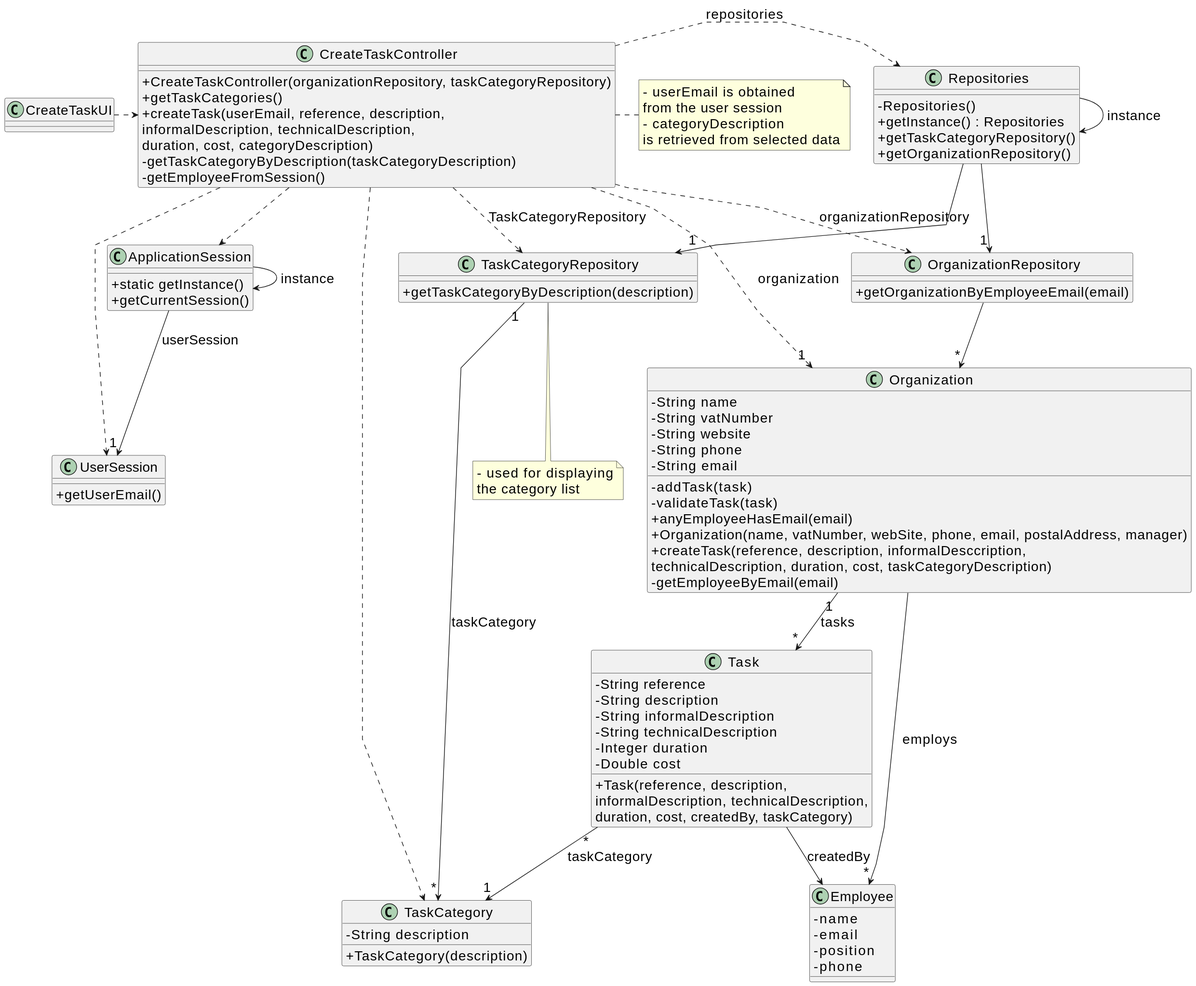
Before: docs/sprintA&B/us006/03.design/svg/us006-class-diagram.svg, a diagram exported from PlantUML (daniel41silva05/ISEP_2023_2024_LAPR2). Its diagram source:
```plantuml
@startuml
skinparamlocked defaultFontSize 20
skinparam packageStyle rectangle
skinparam shadowing false
skinparam linetype polyline

skinparam classAttributeIconSize 0


class ApplicationSession
{
    + static getInstance()
    + getCurrentSession()
}

class UserSession
{
    + getUserEmail()
}

class Employee {
    - name
    - email
    - position
    - phone
}

class Task {
    - String reference
    - String description
    - String informalDescription
    - String technicalDescription
    - Integer duration
    - Double cost

    + Task(reference, description,\ninformalDescription, technicalDescription,\nduration, cost, createdBy, taskCategory)
}

class TaskCategory {
    - String description

    + TaskCategory(description)
}

class Organization {
    - String name
    - String vatNumber
    - String website
    - String phone
    - String email

    - addTask(task)
    - validateTask(task)
    + anyEmployeeHasEmail(email)
    + Organization(name, vatNumber, webSite, phone, email, postalAddress, manager)
    + createTask(reference, description, informalDesccription,\ntechnicalDescription, duration, cost, taskCategoryDescription)
    - getEmployeeByEmail(email)

}

class TaskCategoryRepository {
    + getTaskCategoryByDescription(description)
}

class OrganizationRepository {
    + getOrganizationByEmployeeEmail(email)
}

class Repositories {
    - Repositories()
    + getInstance() : Repositories
    + getTaskCategoryRepository()
    + getOrganizationRepository()
}

class CreateTaskController {
    + CreateTaskController(organizationRepository, taskCategoryRepository)
    + getTaskCategories()
    + createTask(userEmail, reference, description,\ninformalDescription, technicalDescription,\nduration, cost, categoryDescription)
    - getTaskCategoryByDescription(taskCategoryDescription)
    - getEmployeeFromSession()
}

note right of CreateTaskController
    - userEmail is obtained
    from the user session
    - categoryDescription
    is retrieved from selected data
end note

note bottom of TaskCategoryRepository
    - used for displaying
    the category list
end note

class CreateTaskUI {
}

Repositories -> Repositories : instance
ApplicationSession -> ApplicationSession : instance

CreateTaskUI .> CreateTaskController

CreateTaskController .> Repositories : repositories

Repositories -> "1" TaskCategoryRepository

CreateTaskController ..> TaskCategory
CreateTaskController ..> OrganizationRepository : organizationRepository
CreateTaskController ..> TaskCategoryRepository : TaskCategoryRepository

Repositories --> "1" OrganizationRepository

OrganizationRepository --> "*" Organization
ApplicationSession --> "1" UserSession : userSession

CreateTaskController ..> "1" Organization : organization
CreateTaskController ..> ApplicationSession
CreateTaskController ..> UserSession
Task "*" --> "1" TaskCategory : taskCategory
TaskCategoryRepository "1" --> "*" TaskCategory : taskCategory
Organization "1" --> "*" Task : tasks
Task --> Employee : createdBy

Organization --> "*" Employee : employs
@enduml
```
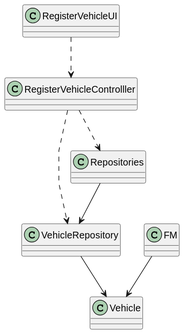
After the change.

Commit message:
ED-20 US06 - creation of classes on CD

The edit, as a diff of the source:
```diff
@@ -1,5 +1,4 @@
 @startuml
-skinparamlocked defaultFontSize 20
 skinparam packageStyle rectangle
 skinparam shadowing false
 skinparam linetype polyline
@@ -7,120 +6,34 @@
 skinparam classAttributeIconSize 0
 
 
-class ApplicationSession
-{
-    + static getInstance()
-    + getCurrentSession()
-}
-
-class UserSession
-{
-    + getUserEmail()
-}
-
-class Employee {
-    - name
-    - email
-    - position
-    - phone
-}
-
-class Task {
-    - String reference
-    - String description
-    - String informalDescription
-    - String technicalDescription
-    - Integer duration
-    - Double cost
-
-    + Task(reference, description,\ninformalDescription, technicalDescription,\nduration, cost, createdBy, taskCategory)
-}
-
-class TaskCategory {
-    - String description
-
-    + TaskCategory(description)
-}
-
-class Organization {
-    - String name
-    - String vatNumber
-    - String website
-    - String phone
-    - String email
-
-    - addTask(task)
-    - validateTask(task)
-    + anyEmployeeHasEmail(email)
-    + Organization(name, vatNumber, webSite, phone, email, postalAddress, manager)
-    + createTask(reference, description, informalDesccription,\ntechnicalDescription, duration, cost, taskCategoryDescription)
-    - getEmployeeByEmail(email)
+class RegisterVehicleUI {
 
 }
 
-class TaskCategoryRepository {
-    + getTaskCategoryByDescription(description)
+class RegisterVehicleControlller {
+
 }
 
-class OrganizationRepository {
-    + getOrganizationByEmployeeEmail(email)
+class VehicleRepository {
+
+}
+
+class Vehicle {
+
+}
+
+class FM {
+
 }
 
 class Repositories {
-    - Repositories()
-    + getInstance() : Repositories
-    + getTaskCategoryRepository()
-    + getOrganizationRepository()
+
 }
 
-class CreateTaskController {
-    + CreateTaskController(organizationRepository, taskCategoryRepository)
-    + getTaskCategories()
-    + createTask(userEmail, reference, description,\ninformalDescription, technicalDescription,\nduration, cost, categoryDescription)
-    - getTaskCategoryByDescription(taskCategoryDescription)
-    - getEmployeeFromSession()
-}
-
-note right of CreateTaskController
-    - userEmail is obtained
-    from the user session
-    - categoryDescription
-    is retrieved from selected data
-end note
-
-note bottom of TaskCategoryRepository
-    - used for displaying
-    the category list
-end note
-
-class CreateTaskUI {
-}
-
-Repositories -> Repositories : instance
-ApplicationSession -> ApplicationSession : instance
-
-CreateTaskUI .> CreateTaskController
-
-CreateTaskController .> Repositories : repositories
-
-Repositories -> "1" TaskCategoryRepository
-
-CreateTaskController ..> TaskCategory
-CreateTaskController ..> OrganizationRepository : organizationRepository
-CreateTaskController ..> TaskCategoryRepository : TaskCategoryRepository
-
-Repositories --> "1" OrganizationRepository
-
-OrganizationRepository --> "*" Organization
-ApplicationSession --> "1" UserSession : userSession
-
-CreateTaskController ..> "1" Organization : organization
-CreateTaskController ..> ApplicationSession
-CreateTaskController ..> UserSession
-Task "*" --> "1" TaskCategory : taskCategory
-TaskCategoryRepository "1" --> "*" TaskCategory : taskCategory
-Organization "1" --> "*" Task : tasks
-Task --> Employee : createdBy
-
-Organization --> "*" Employee : employs
+RegisterVehicleUI ..> RegisterVehicleControlller
+RegisterVehicleControlller ..> Repositories
+RegisterVehicleControlller ..> VehicleRepository
+VehicleRepository --> Vehicle
+FM --> Vehicle
+Repositories --> VehicleRepository
 @enduml
```
